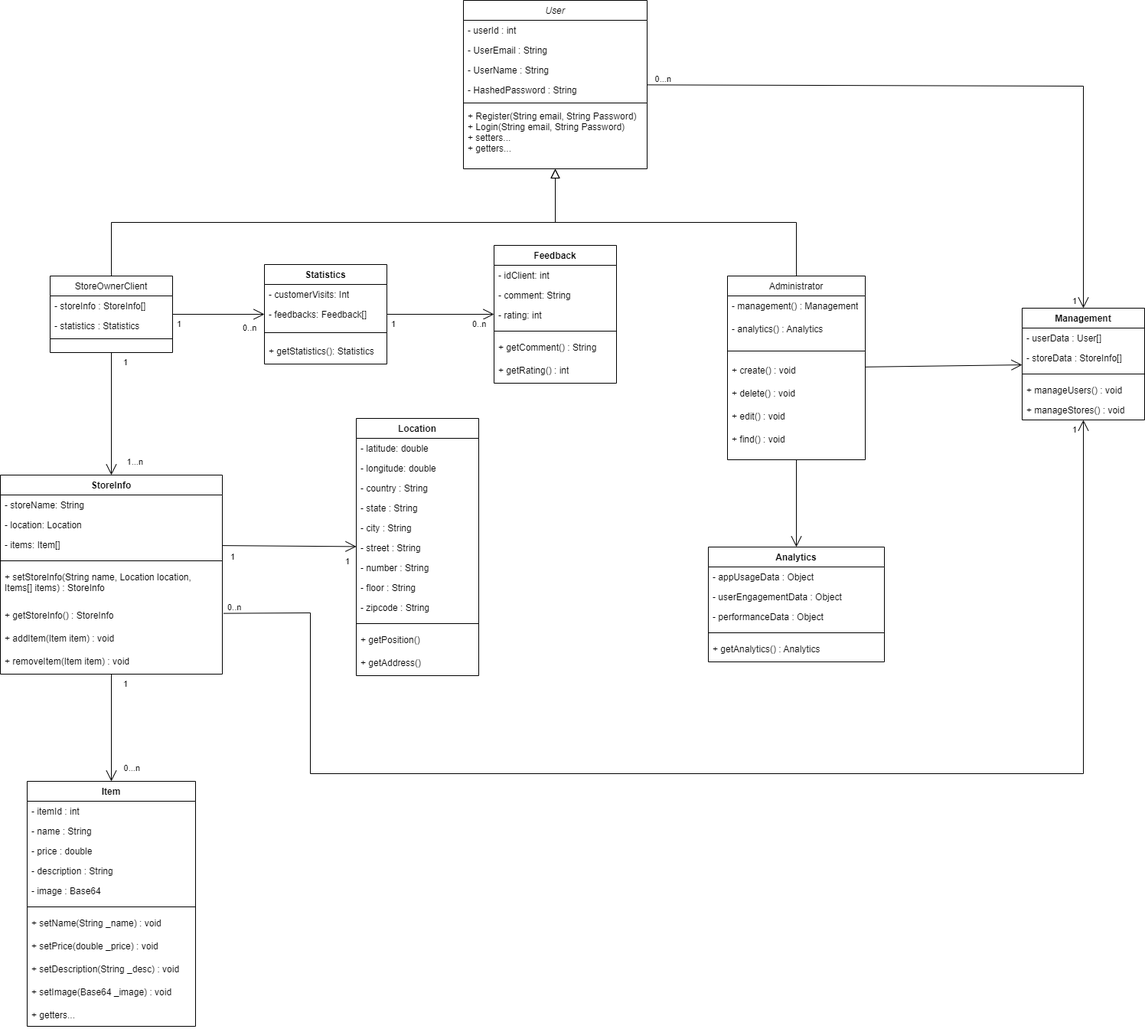
The draw.io diagram project/system-architecture/diagrams-v1.1/ClassDiagram v1.1.png in zkc3783/dream-share-discover, before a commit. Source tidied: cells renumbered, new cells last; positions are measured from the earlier drawing's top-left corner, leaving out a move shared by most shapes.
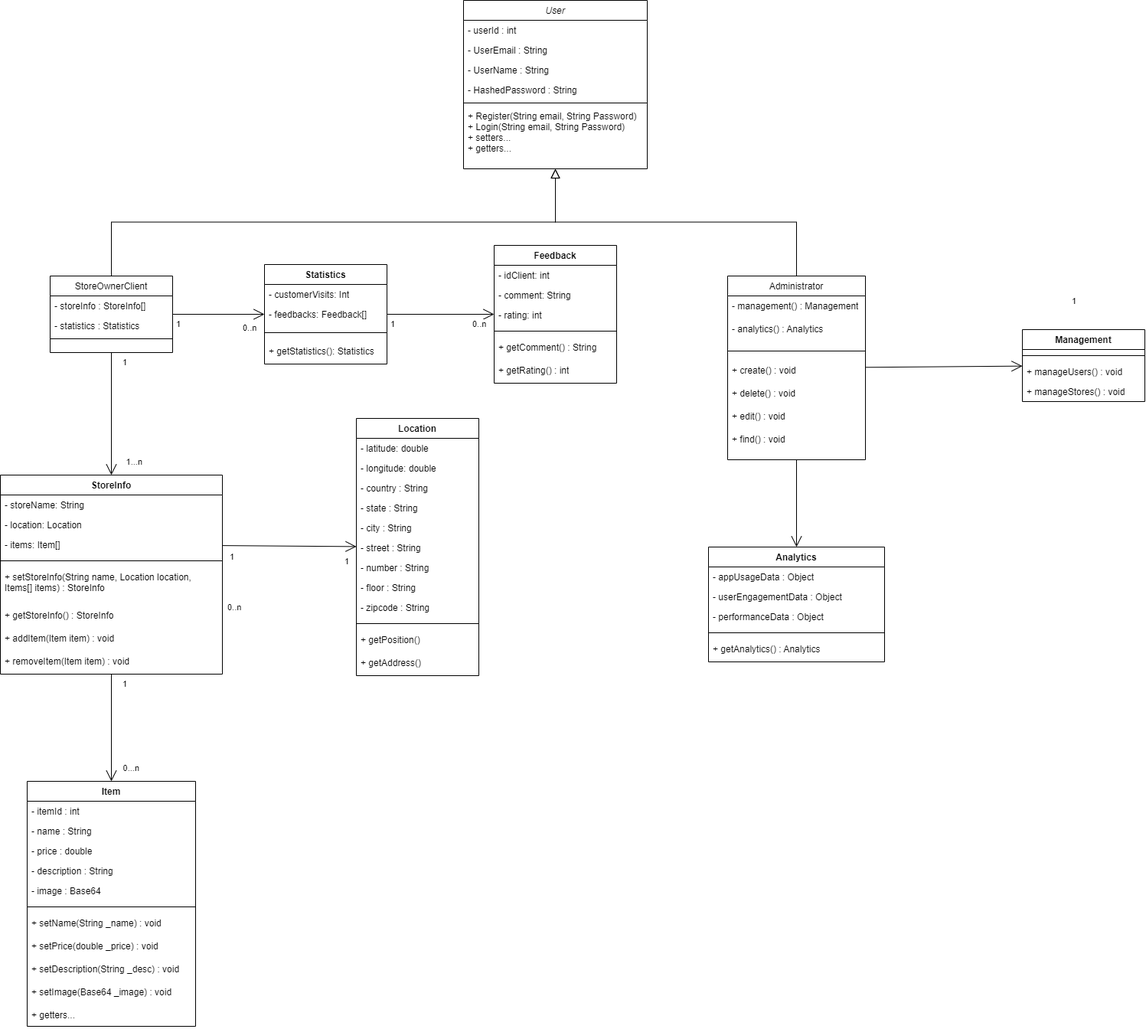
Later version of the same file.

What changed in the source:
```diff
@@ -249,22 +249,16 @@
       <mxGeometry x="305" y="714" as="geometry" />
     </mxCell>
     <mxCell id="84" value="Management" style="swimlane;fontStyle=1;align=center;verticalAlign=top;horizontal=1;startSize=26;whiteSpace=wrap;html=1;" parent="1" vertex="1">
-      <mxGeometry x="1335" y="402" width="160" height="146" as="geometry" />
+      <mxGeometry x="1335" y="430" width="160" height="94" as="geometry" />
     </mxCell>
-    <mxCell id="85" value="- userData : User[]" style="text;strokeColor=none;fillColor=none;align=left;verticalAlign=top;spacingLeft=4;spacingRight=4;overflow=hidden;whiteSpace=wrap;html=1;" parent="84" vertex="1">
-      <mxGeometry y="26" width="160" height="26" as="geometry" />
-    </mxCell>
-    <mxCell id="86" value="- storeData : StoreInfo[]" style="text;strokeColor=none;fillColor=none;align=left;verticalAlign=top;spacingLeft=4;spacingRight=4;overflow=hidden;whiteSpace=wrap;html=1;" parent="84" vertex="1">
-      <mxGeometry y="52" width="160" height="26" as="geometry" />
-    </mxCell>
     <mxCell id="87" style="line;strokeWidth=1;fillColor=none;align=left;verticalAlign=middle;spacingTop=-1;spacingLeft=3;spacingRight=3;labelPosition=right;strokeColor=inherit;" parent="84" vertex="1">
-      <mxGeometry y="78" width="160" height="16" as="geometry" />
+      <mxGeometry y="26" width="160" height="16" as="geometry" />
     </mxCell>
     <mxCell id="88" value="+ manageUsers() : void" style="text;strokeColor=none;fillColor=none;align=left;verticalAlign=top;spacingLeft=4;spacingRight=4;overflow=hidden;whiteSpace=wrap;html=1;" parent="84" vertex="1">
-      <mxGeometry y="94" width="160" height="26" as="geometry" />
+      <mxGeometry y="42" width="160" height="26" as="geometry" />
     </mxCell>
     <mxCell id="89" value="+ manageStores() : void" style="text;strokeColor=none;fillColor=none;align=left;verticalAlign=top;spacingLeft=4;spacingRight=4;overflow=hidden;whiteSpace=wrap;html=1;" parent="84" vertex="1">
-      <mxGeometry y="120" width="160" height="26" as="geometry" />
+      <mxGeometry y="68" width="160" height="26" as="geometry" />
     </mxCell>
     <mxCell id="90" style="endArrow=open;endFill=1;endSize=12;html=1;rounded=0;" parent="1" edge="1" source="14" target="84">
       <mxGeometry relative="1" as="geometry" />
@@ -290,33 +284,11 @@
     <mxCell id="97" style="endArrow=open;endFill=1;endSize=12;html=1;rounded=0;" parent="1" edge="1" source="14" target="91">
       <mxGeometry relative="1" as="geometry" />
     </mxCell>
-    <mxCell id="98" style="endArrow=open;endFill=1;endSize=12;html=1;rounded=0;" parent="1" edge="1" source="2" target="84">
-      <mxGeometry relative="1" as="geometry">
-        <Array as="points">
-          <mxPoint x="1415" y="112" />
-        </Array>
-      </mxGeometry>
-    </mxCell>
-    <mxCell id="99" value="0...n" style="edgeLabel;html=1;align=right;verticalAlign=top;" parent="1" vertex="1">
-      <mxGeometry x="875" y="90" as="geometry" />
-    </mxCell>
     <mxCell id="100" value="1" style="edgeLabel;html=1;align=right;verticalAlign=top;" parent="1" vertex="1">
       <mxGeometry x="1405" y="380" as="geometry" />
     </mxCell>
-    <mxCell id="101" style="endArrow=open;endFill=1;endSize=12;html=1;rounded=0;exitX=1.005;exitY=1.213;exitDx=0;exitDy=0;exitPerimeter=0;" parent="1" edge="1" source="40" target="84">
-      <mxGeometry relative="1" as="geometry">
-        <Array as="points">
-          <mxPoint x="405" y="800" />
-          <mxPoint x="405" y="1010" />
-          <mxPoint x="1415" y="1010" />
-        </Array>
-      </mxGeometry>
-    </mxCell>
     <mxCell id="102" value="0..n" style="edgeLabel;html=1;align=left;verticalAlign=top;" parent="1" vertex="1">
       <mxGeometry x="295" y="780" as="geometry" />
     </mxCell>
-    <mxCell id="103" value="1" style="edgeLabel;html=1;align=right;verticalAlign=top;" parent="1" vertex="1">
-      <mxGeometry x="1405" y="548" as="geometry" />
-    </mxCell>
   </root>
 </mxGraphModel>
```
